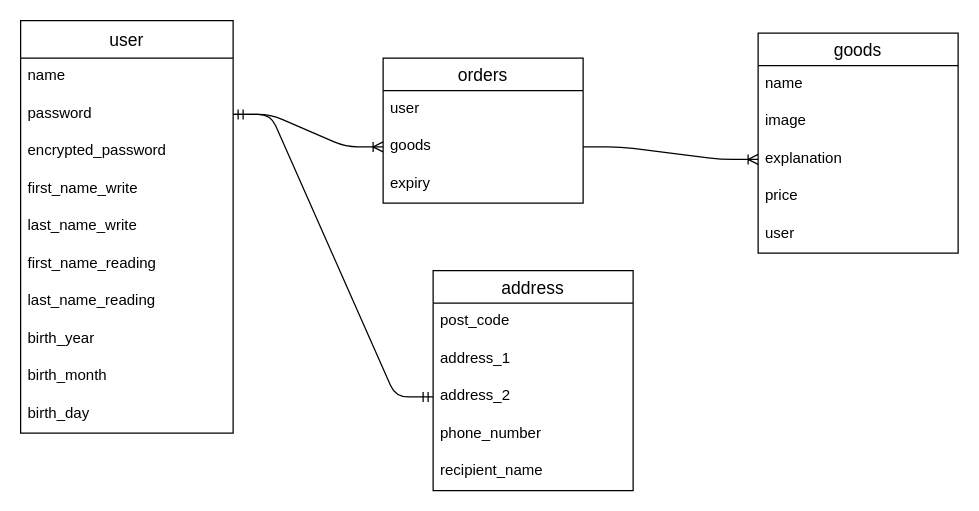
Above: furima_er.dio in MyShip/furima-40937 (draw.io), before the change. Source tidied: cells renumbered, new cells numbered last; positions are measured from the earlier drawing's top-left corner, leaving out a move shared by most shapes. Both pictures are drawn from the tidied source at 125%, with x=0, y=0 at pixel (20, 20).
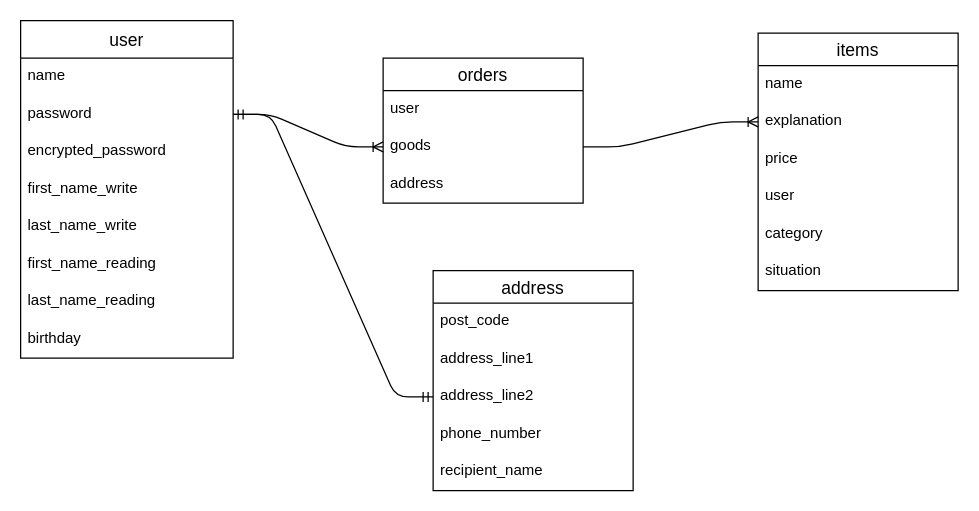
The same diagram, later.

The change refers to these unchanged cells:
```xml
<mxCell id="19" value="orders" style="swimlane;fontStyle=0;horizontal=1;startSize=26;align=center;fontSize=14;" parent="1" vertex="1">
  <mxGeometry x="290" y="30" width="160" height="116" as="geometry" />
</mxCell>
<mxCell id="23" value="address" style="swimlane;fontStyle=0;horizontal=1;startSize=26;align=center;fontSize=14;" parent="1" vertex="1">
  <mxGeometry x="330" y="200" width="160" height="176" as="geometry" />
</mxCell>
```

The edit, as a diff of the source:
```diff
@@
     <mxCell id="2" value="user" style="swimlane;fontStyle=0;horizontal=1;startSize=30;align=center;fontSize=14;rotation=0;" parent="1" vertex="1">
-      <mxGeometry width="170" height="330" as="geometry" />
+      <mxGeometry width="170" height="270" as="geometry" />
     </mxCell>
@@
-    <mxCell id="10" value="birth_year  " style="text;strokeColor=none;fillColor=none;spacingLeft=4;spacingRight=4;overflow=hidden;fontSize=12;" parent="2" vertex="1">
+    <mxCell id="10" value="birthday" style="text;strokeColor=none;fillColor=none;spacingLeft=4;spacingRight=4;overflow=hidden;fontSize=12;" parent="2" vertex="1">
       <mxGeometry y="240" width="170" height="30" as="geometry" />
     </mxCell>
-    <mxCell id="11" value="birth_month" style="text;strokeColor=none;fillColor=none;spacingLeft=4;spacingRight=4;overflow=hidden;fontSize=12;" parent="2" vertex="1">
-      <mxGeometry y="270" width="170" height="30" as="geometry" />
-    </mxCell>
-    <mxCell id="12" value="birth_day  " style="text;strokeColor=none;fillColor=none;spacingLeft=4;spacingRight=4;overflow=hidden;fontSize=12;" parent="2" vertex="1">
-      <mxGeometry y="300" width="170" height="30" as="geometry" />
-    </mxCell>
-    <mxCell id="13" value="goods" style="swimlane;fontStyle=0;horizontal=1;startSize=26;align=center;fontSize=14;" parent="1" vertex="1">
-      <mxGeometry x="590" y="10" width="160" height="176" as="geometry" />
+    <mxCell id="13" value="items" style="swimlane;fontStyle=0;horizontal=1;startSize=26;align=center;fontSize=14;" parent="1" vertex="1">
+      <mxGeometry x="590" y="10" width="160" height="206" as="geometry" />
     </mxCell>
@@
-    <mxCell id="15" value="image " style="text;strokeColor=none;fillColor=none;spacingLeft=4;spacingRight=4;overflow=hidden;fontSize=12;" parent="13" vertex="1">
-      <mxGeometry y="56" width="160" height="30" as="geometry" />
-    </mxCell>
     <mxCell id="16" value="explanation  " style="text;strokeColor=none;fillColor=none;spacingLeft=4;spacingRight=4;overflow=hidden;points=[[0,0.5],[1,0.5]];portConstraint=eastwest;fontSize=12;" parent="13" vertex="1">
-      <mxGeometry y="86" width="160" height="30" as="geometry" />
+      <mxGeometry y="56" width="160" height="30" as="geometry" />
     </mxCell>
     <mxCell id="17" value="price" style="text;strokeColor=none;fillColor=none;spacingLeft=4;spacingRight=4;overflow=hidden;fontSize=12;" parent="13" vertex="1">
-      <mxGeometry y="116" width="160" height="30" as="geometry" />
+      <mxGeometry y="86" width="160" height="30" as="geometry" />
     </mxCell>
     <mxCell id="18" value="user " style="text;strokeColor=none;fillColor=none;spacingLeft=4;spacingRight=4;overflow=hidden;fontSize=12;" parent="13" vertex="1">
-      <mxGeometry y="146" width="160" height="30" as="geometry" />
+      <mxGeometry y="116" width="160" height="30" as="geometry" />
     </mxCell>
+    <mxCell id="32" value="category " style="text;strokeColor=none;fillColor=none;spacingLeft=4;spacingRight=4;overflow=hidden;fontSize=12;" parent="13" vertex="1">
+      <mxGeometry y="146" width="160" height="30" as="geometry" />
+    </mxCell>
+    <mxCell id="33" value="situation" style="text;strokeColor=none;fillColor=none;spacingLeft=4;spacingRight=4;overflow=hidden;fontSize=12;" parent="13" vertex="1">
+      <mxGeometry y="176" width="160" height="30" as="geometry" />
+    </mxCell>
@@
-    <mxCell id="22" value="expiry" style="text;strokeColor=none;fillColor=none;spacingLeft=4;spacingRight=4;overflow=hidden;fontSize=12;" parent="19" vertex="1">
+    <mxCell id="22" value="address" style="text;strokeColor=none;fillColor=none;spacingLeft=4;spacingRight=4;overflow=hidden;fontSize=12;" parent="19" vertex="1">
       <mxGeometry y="86" width="160" height="30" as="geometry" />
     </mxCell>
@@
-    <mxCell id="25" value="address_1" style="text;strokeColor=none;fillColor=none;spacingLeft=4;spacingRight=4;overflow=hidden;fontSize=12;" parent="23" vertex="1">
+    <mxCell id="25" value="address_line1" style="text;strokeColor=none;fillColor=none;spacingLeft=4;spacingRight=4;overflow=hidden;fontSize=12;" parent="23" vertex="1">
       <mxGeometry y="56" width="160" height="30" as="geometry" />
     </mxCell>
-    <mxCell id="26" value="address_2 " style="text;strokeColor=none;fillColor=none;spacingLeft=4;spacingRight=4;overflow=hidden;points=[[0,0.5],[1,0.5]];portConstraint=eastwest;fontSize=12;" parent="23" vertex="1">
+    <mxCell id="26" value="address_line2 " style="text;strokeColor=none;fillColor=none;spacingLeft=4;spacingRight=4;overflow=hidden;points=[[0,0.5],[1,0.5]];portConstraint=eastwest;fontSize=12;" parent="23" vertex="1">
       <mxGeometry y="86" width="160" height="30" as="geometry" />
     </mxCell>
```
